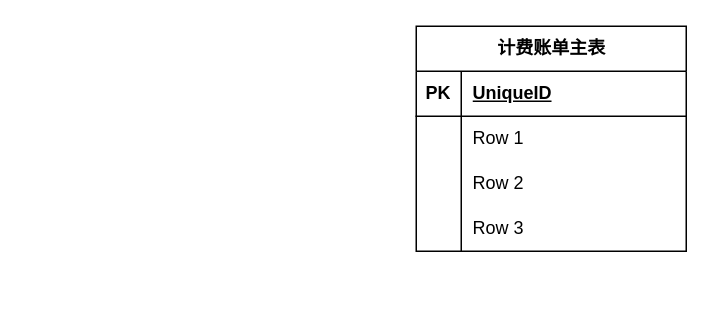
This is 计费账单ER图.drawio from xiaohuihui7726/drawio, a draw.io file, before an edit. Source tidied: cells renumbered, new cells numbered last; positions are measured from the earlier drawing's top-left corner, leaving out a move shared by most shapes. Both pictures are drawn from the tidied source at 150%, with x=0, y=0 at pixel (416, 26).
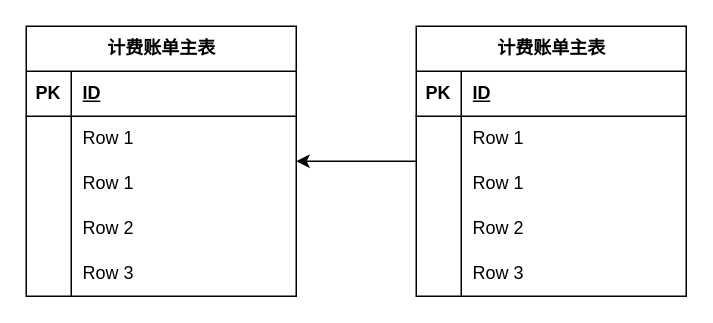
After the change.

Commit message:
更新计费账单ER图.drawio

Unchanged cells that the change refers to:
```xml
<mxCell id="3" style="shape=tableRow;horizontal=0;startSize=0;swimlaneHead=0;swimlaneBody=0;fillColor=none;top=0;left=0;right=0;bottom=1;" parent="2" vertex="1">
  <mxGeometry y="30" width="180" height="30" as="geometry" />
</mxCell>
```

Change to the diagram source:
```diff
@@
+    <mxCell id="15" style="edgeStyle=orthogonalEdgeStyle;rounded=0;jettySize=auto;html=1;" parent="1" edge="1" source="2" target="19">
+      <mxGeometry relative="1" as="geometry" />
+    </mxCell>
     <mxCell id="2" value="计费账单主表" style="shape=table;startSize=30;childLayout=tableLayout;rowLines=0;fontStyle=1;align=center;html=1;" parent="1" vertex="1">
-      <mxGeometry width="180" height="150" as="geometry" />
+      <mxGeometry width="180" height="180" as="geometry" />
     </mxCell>
@@
-    <mxCell id="5" value="UniqueID" style="shape=partialRectangle;fillColor=none;top=0;left=0;bottom=0;right=0;align=left;spacingLeft=6;fontStyle=5;overflow=hidden;whiteSpace=wrap;html=1;" parent="3" vertex="1">
+    <mxCell id="5" value="ID" style="shape=partialRectangle;fillColor=none;top=0;left=0;bottom=0;right=0;align=left;spacingLeft=6;fontStyle=5;overflow=hidden;whiteSpace=wrap;html=1;" parent="3" vertex="1">
       <mxGeometry x="30" width="150" height="30" as="geometry" />
     </mxCell>
+    <mxCell id="16" style="shape=tableRow;horizontal=0;startSize=0;swimlaneHead=0;swimlaneBody=0;fillColor=none;top=0;left=0;right=0;bottom=0;" parent="2" vertex="1">
+      <mxGeometry y="60" width="180" height="30" as="geometry" />
+    </mxCell>
+    <mxCell id="17" style="shape=partialRectangle;fillColor=none;top=0;left=0;bottom=0;right=0;overflow=hidden;whiteSpace=wrap;html=1;" parent="16" vertex="1">
+      <mxGeometry width="30" height="30" as="geometry" />
+    </mxCell>
+    <mxCell id="18" value="Row 1" style="shape=partialRectangle;fillColor=none;top=0;left=0;bottom=0;right=0;align=left;spacingLeft=6;overflow=hidden;whiteSpace=wrap;html=1;" parent="16" vertex="1">
+      <mxGeometry x="30" width="150" height="30" as="geometry" />
+    </mxCell>
     <mxCell id="6" style="shape=tableRow;horizontal=0;startSize=0;swimlaneHead=0;swimlaneBody=0;fillColor=none;top=0;left=0;right=0;bottom=0;" parent="2" vertex="1">
-      <mxGeometry y="60" width="180" height="30" as="geometry" />
+      <mxGeometry y="90" width="180" height="30" as="geometry" />
     </mxCell>
@@
     <mxCell id="9" style="shape=tableRow;horizontal=0;startSize=0;swimlaneHead=0;swimlaneBody=0;fillColor=none;top=0;left=0;right=0;bottom=0;" parent="2" vertex="1">
-      <mxGeometry y="90" width="180" height="30" as="geometry" />
+      <mxGeometry y="120" width="180" height="30" as="geometry" />
     </mxCell>
@@
     <mxCell id="12" style="shape=tableRow;horizontal=0;startSize=0;swimlaneHead=0;swimlaneBody=0;fillColor=none;top=0;left=0;right=0;bottom=0;" parent="2" vertex="1">
-      <mxGeometry y="120" width="180" height="30" as="geometry" />
+      <mxGeometry y="150" width="180" height="30" as="geometry" />
     </mxCell>
@@
+    <mxCell id="19" value="计费账单主表" style="shape=table;startSize=30;childLayout=tableLayout;rowLines=0;fontStyle=1;align=center;html=1;" parent="1" vertex="1">
+      <mxGeometry x="-260" width="180" height="180" as="geometry" />
+    </mxCell>
+    <mxCell id="20" style="shape=tableRow;horizontal=0;startSize=0;swimlaneHead=0;swimlaneBody=0;fillColor=none;top=0;left=0;right=0;bottom=1;" parent="19" vertex="1">
+      <mxGeometry y="30" width="180" height="30" as="geometry" />
+    </mxCell>
+    <mxCell id="21" value="PK" style="shape=partialRectangle;fillColor=none;top=0;left=0;bottom=0;right=0;fontStyle=1;overflow=hidden;whiteSpace=wrap;html=1;" parent="20" vertex="1">
+      <mxGeometry width="30" height="30" as="geometry" />
+    </mxCell>
+    <mxCell id="22" value="ID" style="shape=partialRectangle;fillColor=none;top=0;left=0;bottom=0;right=0;align=left;spacingLeft=6;fontStyle=5;overflow=hidden;whiteSpace=wrap;html=1;" parent="20" vertex="1">
+      <mxGeometry x="30" width="150" height="30" as="geometry" />
+    </mxCell>
+    <mxCell id="23" style="shape=tableRow;horizontal=0;startSize=0;swimlaneHead=0;swimlaneBody=0;fillColor=none;top=0;left=0;right=0;bottom=0;" parent="19" vertex="1">
+      <mxGeometry y="60" width="180" height="30" as="geometry" />
+    </mxCell>
+    <mxCell id="24" style="shape=partialRectangle;fillColor=none;top=0;left=0;bottom=0;right=0;overflow=hidden;whiteSpace=wrap;html=1;" parent="23" vertex="1">
+      <mxGeometry width="30" height="30" as="geometry" />
+    </mxCell>
+    <mxCell id="25" value="Row 1" style="shape=partialRectangle;fillColor=none;top=0;left=0;bottom=0;right=0;align=left;spacingLeft=6;overflow=hidden;whiteSpace=wrap;html=1;" parent="23" vertex="1">
+      <mxGeometry x="30" width="150" height="30" as="geometry" />
+    </mxCell>
+    <mxCell id="26" style="shape=tableRow;horizontal=0;startSize=0;swimlaneHead=0;swimlaneBody=0;fillColor=none;top=0;left=0;right=0;bottom=0;" parent="19" vertex="1">
+      <mxGeometry y="90" width="180" height="30" as="geometry" />
+    </mxCell>
+    <mxCell id="27" style="shape=partialRectangle;fillColor=none;top=0;left=0;bottom=0;right=0;overflow=hidden;whiteSpace=wrap;html=1;" parent="26" vertex="1">
+      <mxGeometry width="30" height="30" as="geometry" />
+    </mxCell>
+    <mxCell id="28" value="Row 1" style="shape=partialRectangle;fillColor=none;top=0;left=0;bottom=0;right=0;align=left;spacingLeft=6;overflow=hidden;whiteSpace=wrap;html=1;" parent="26" vertex="1">
+      <mxGeometry x="30" width="150" height="30" as="geometry" />
+    </mxCell>
+    <mxCell id="29" style="shape=tableRow;horizontal=0;startSize=0;swimlaneHead=0;swimlaneBody=0;fillColor=none;top=0;left=0;right=0;bottom=0;" parent="19" vertex="1">
+      <mxGeometry y="120" width="180" height="30" as="geometry" />
+    </mxCell>
+    <mxCell id="30" style="shape=partialRectangle;fillColor=none;top=0;left=0;bottom=0;right=0;overflow=hidden;whiteSpace=wrap;html=1;" parent="29" vertex="1">
+      <mxGeometry width="30" height="30" as="geometry" />
+    </mxCell>
+    <mxCell id="31" value="Row 2" style="shape=partialRectangle;fillColor=none;top=0;left=0;bottom=0;right=0;align=left;spacingLeft=6;overflow=hidden;whiteSpace=wrap;html=1;" parent="29" vertex="1">
+      <mxGeometry x="30" width="150" height="30" as="geometry" />
+    </mxCell>
+    <mxCell id="32" style="shape=tableRow;horizontal=0;startSize=0;swimlaneHead=0;swimlaneBody=0;fillColor=none;top=0;left=0;right=0;bottom=0;" parent="19" vertex="1">
+      <mxGeometry y="150" width="180" height="30" as="geometry" />
+    </mxCell>
+    <mxCell id="33" style="shape=partialRectangle;fillColor=none;top=0;left=0;bottom=0;right=0;overflow=hidden;whiteSpace=wrap;html=1;" parent="32" vertex="1">
+      <mxGeometry width="30" height="30" as="geometry" />
+    </mxCell>
+    <mxCell id="34" value="Row 3" style="shape=partialRectangle;fillColor=none;top=0;left=0;bottom=0;right=0;align=left;spacingLeft=6;overflow=hidden;whiteSpace=wrap;html=1;" parent="32" vertex="1">
+      <mxGeometry x="30" width="150" height="30" as="geometry" />
+    </mxCell>
```
